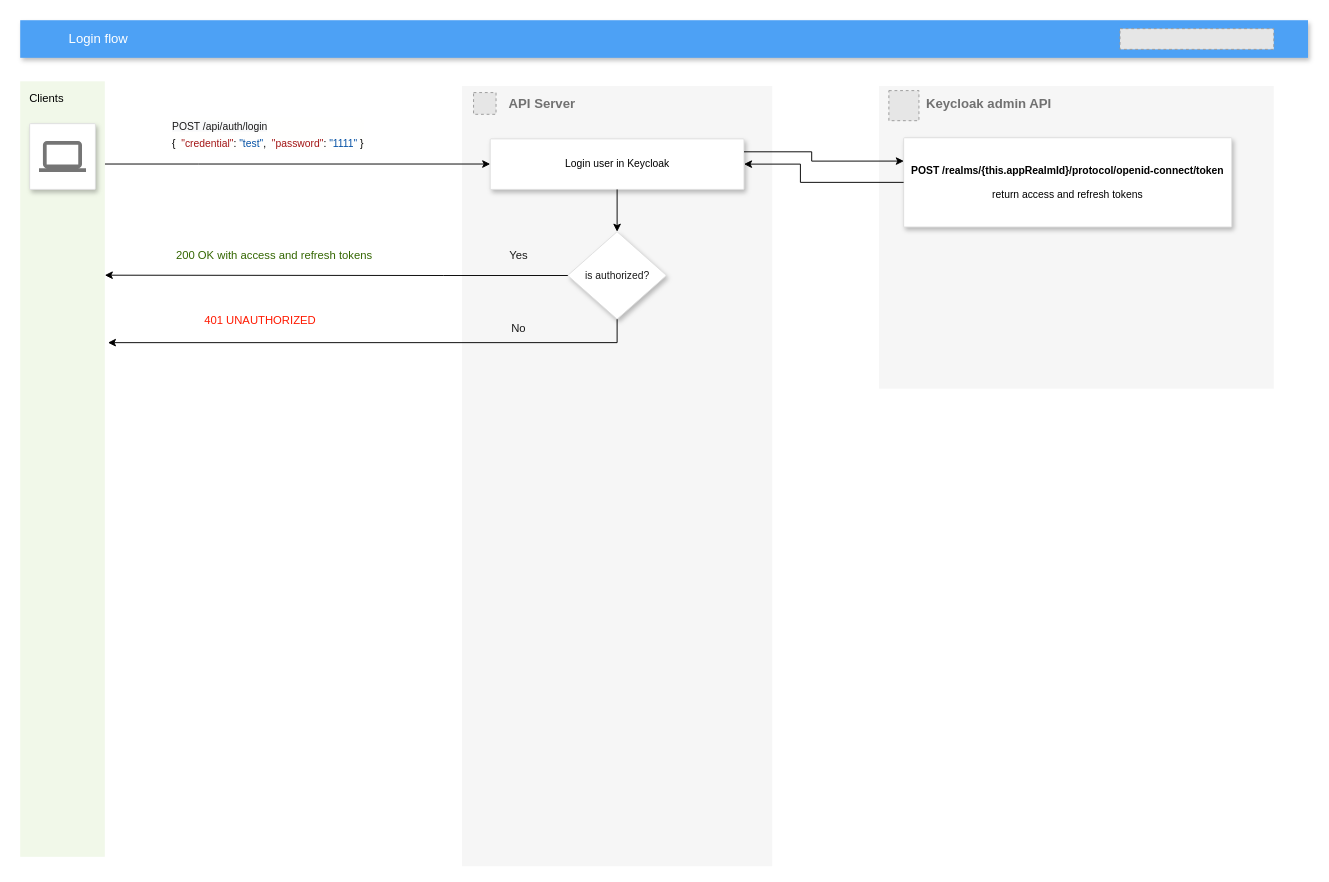
The draw.io diagram diagrams/login-flow.drawio in koldunb/draw-io, before the edit. Source tidied: cells renumbered, new cells numbered last; positions are measured from the earlier drawing's top-left corner, leaving out a move shared by most shapes. Both pictures are drawn from the tidied source at 94%, with x=0, y=0 at pixel (20, 20). Pictures stored in the file or linked from it are replaced by grey dashed boxes.
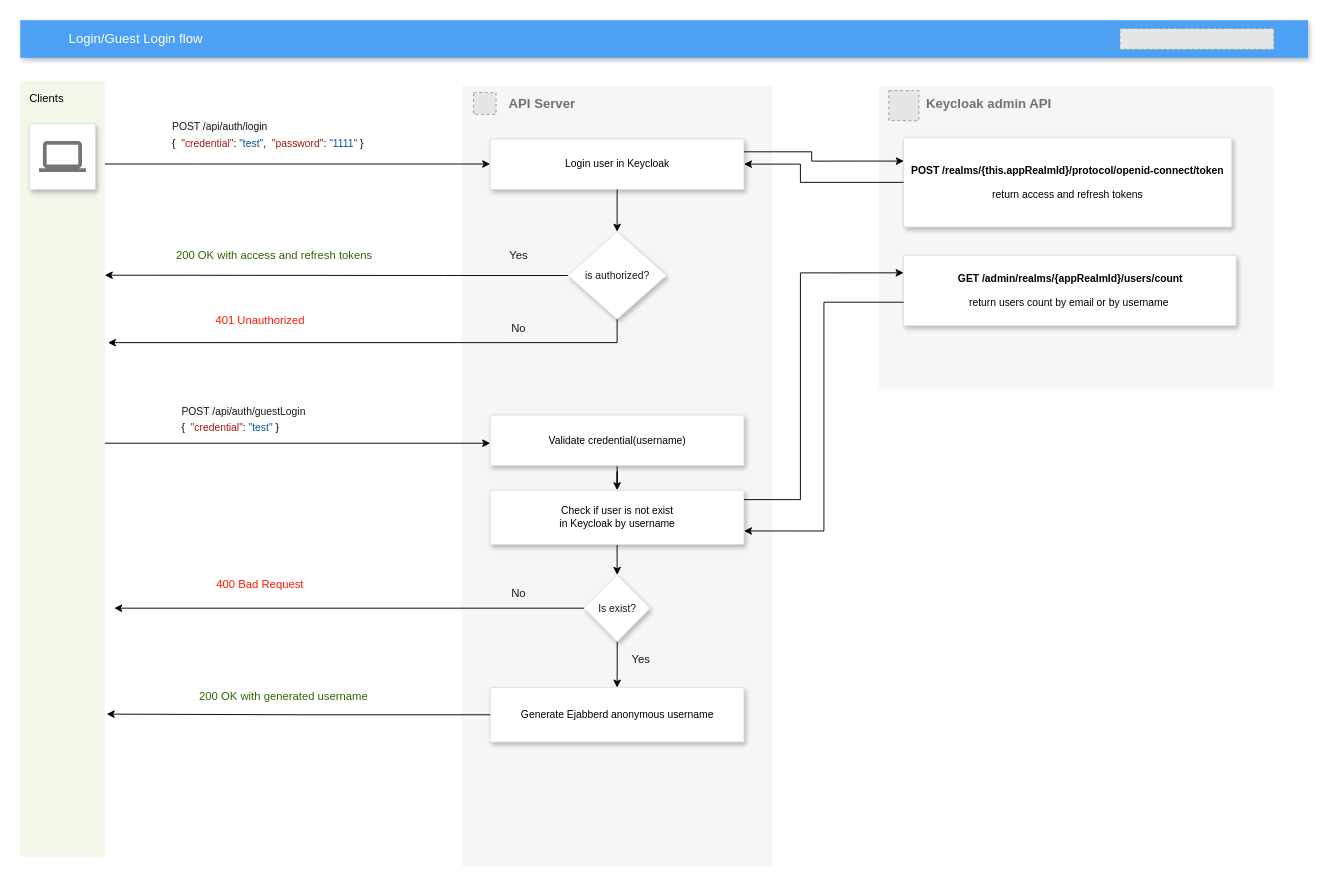
The same diagram, later.

Unchanged cells that the change refers to:
```xml
<mxCell id="2" value="&lt;b&gt;API Server&amp;nbsp;&lt;/b&gt;" style="fillColor=#F6F6F6;strokeColor=none;shadow=0;gradientColor=none;fontSize=14;align=left;spacing=10;fontColor=#717171;9E9E9E;verticalAlign=top;spacingTop=-4;fontStyle=0;spacingLeft=40;html=1;" parent="1" vertex="1">
  <mxGeometry x="470" y="70" width="330" height="830" as="geometry" />
</mxCell>
<mxCell id="10" value="&lt;font color=&quot;#000000&quot;&gt;Clients&lt;/font&gt;" style="rounded=1;absoluteArcSize=1;arcSize=0;html=1;strokeColor=none;gradientColor=none;shadow=0;dashed=0;fontSize=12;fontColor=#9E9E9E;align=left;verticalAlign=top;spacing=10;spacingTop=-4;fillColor=#F1F8E9;" parent="1" vertex="1">
  <mxGeometry y="65" width="90" height="825" as="geometry" />
</mxCell>
<mxCell id="14" value="&lt;b&gt;Keycloak admin API&lt;/b&gt;" style="fillColor=#F6F6F6;strokeColor=none;shadow=0;gradientColor=none;fontSize=14;align=left;spacing=10;fontColor=#717171;9E9E9E;verticalAlign=top;spacingTop=-4;fontStyle=0;spacingLeft=40;html=1;" parent="1" vertex="1">
  <mxGeometry x="913.6" y="70" width="420" height="322" as="geometry" />
</mxCell>
```

Change to the diagram source:
```diff
@@
+    <mxCell id="25" style="edgeStyle=orthogonalEdgeStyle;rounded=0;jettySize=auto;html=1;fontColor=#FF1900;" parent="2" edge="1" source="26" target="28">
+      <mxGeometry relative="1" as="geometry" />
+    </mxCell>
+    <mxCell id="26" value="&lt;font color=&quot;#000000&quot;&gt;Validate credential(username)&lt;/font&gt;" style="strokeColor=#dddddd;fillColor=#ffffff;shadow=1;strokeWidth=1;rounded=1;absoluteArcSize=1;arcSize=2;fontSize=11;fontColor=#9E9E9E;align=center;html=1;" parent="2" vertex="1">
+      <mxGeometry x="30" y="350" width="270" height="53.8" as="geometry" />
+    </mxCell>
+    <mxCell id="27" style="edgeStyle=orthogonalEdgeStyle;rounded=0;jettySize=auto;html=1;fontColor=#FF1900;" parent="2" edge="1" source="28" target="30">
+      <mxGeometry relative="1" as="geometry" />
+    </mxCell>
+    <mxCell id="28" value="&lt;font color=&quot;#000000&quot;&gt;Check if user is not exist &lt;br&gt;in Keycloak by username&lt;/font&gt;" style="strokeColor=#dddddd;fillColor=#ffffff;shadow=1;strokeWidth=1;rounded=1;absoluteArcSize=1;arcSize=2;fontSize=11;fontColor=#9E9E9E;align=center;html=1;" parent="2" vertex="1">
+      <mxGeometry x="30" y="430" width="270" height="57.8" as="geometry" />
+    </mxCell>
+    <mxCell id="29" style="edgeStyle=orthogonalEdgeStyle;rounded=0;jettySize=auto;html=1;fontColor=#FF1900;" parent="2" edge="1" source="30" target="32">
+      <mxGeometry relative="1" as="geometry" />
+    </mxCell>
+    <mxCell id="30" value="&lt;font color=&quot;#1a1a1a&quot;&gt;Is exist?&lt;/font&gt;" style="rhombus;whiteSpace=wrap;html=1;fontSize=11;fillColor=#ffffff;strokeColor=#dddddd;fontColor=#9E9E9E;shadow=1;strokeWidth=1;rounded=1;arcSize=2;" parent="2" vertex="1">
+      <mxGeometry x="129.8" y="520" width="70.5" height="71" as="geometry" />
+    </mxCell>
+    <mxCell id="31" value="No" style="text;html=1;align=center;verticalAlign=middle;fillColor=none;strokeColor=none;rounded=0;fontColor=#1A1A1A;" parent="2" vertex="1">
+      <mxGeometry x="45" y="530" width="30" height="20" as="geometry" />
+    </mxCell>
+    <mxCell id="32" value="&lt;font color=&quot;#000000&quot;&gt;Generate Ejabberd anonymous username&lt;/font&gt;" style="strokeColor=#dddddd;fillColor=#ffffff;shadow=1;strokeWidth=1;rounded=1;absoluteArcSize=1;arcSize=2;fontSize=11;fontColor=#9E9E9E;align=center;html=1;" parent="2" vertex="1">
+      <mxGeometry x="30" y="640" width="270" height="57.8" as="geometry" />
+    </mxCell>
+    <mxCell id="33" value="Yes" style="text;html=1;align=center;verticalAlign=middle;fillColor=none;strokeColor=none;rounded=0;fontColor=#1A1A1A;" parent="2" vertex="1">
+      <mxGeometry x="170" y="600" width="40" height="20" as="geometry" />
+    </mxCell>
@@
+    <mxCell id="34" style="edgeStyle=orthogonalEdgeStyle;rounded=0;jettySize=auto;html=1;fontColor=#FF1900;" parent="1" edge="1" source="10" target="26">
+      <mxGeometry relative="1" as="geometry">
+        <Array as="points">
+          <mxPoint x="390" y="450" />
+          <mxPoint x="390" y="450" />
+        </Array>
+      </mxGeometry>
+    </mxCell>
@@
-    <mxCell id="11" value="Login flow" style="fillColor=#4DA1F5;strokeColor=none;shadow=1;gradientColor=none;fontSize=14;align=left;spacingLeft=50;fontColor=#ffffff;html=1;" parent="1" vertex="1">
+    <mxCell id="11" value="Login/Guest Login flow" style="fillColor=#4DA1F5;strokeColor=none;shadow=1;gradientColor=none;fontSize=14;align=left;spacingLeft=50;fontColor=#ffffff;html=1;" parent="1" vertex="1">
       <mxGeometry width="1370" height="40" as="geometry" />
     </mxCell>
@@
+    <mxCell id="35" value="&lt;font color=&quot;#000000&quot;&gt;&lt;b&gt;GET /admin/realms/{appRealmId}/users/count&lt;br&gt;&lt;/b&gt;&lt;br&gt;return users count by email or by username&amp;nbsp;&lt;br&gt;&lt;/font&gt;" style="strokeColor=#dddddd;fillColor=#ffffff;shadow=1;strokeWidth=1;rounded=1;absoluteArcSize=1;arcSize=2;fontSize=11;fontColor=#9E9E9E;align=center;html=1;" parent="14" vertex="1">
+      <mxGeometry x="26.2" y="180" width="353.8" height="75" as="geometry" />
+    </mxCell>
@@
-    <mxCell id="24" value="&lt;font color=&quot;#ff1900&quot;&gt;401 UNAUTHORIZED&lt;/font&gt;" style="text;html=1;align=center;verticalAlign=middle;fillColor=default;fontColor=#336600;" parent="1" vertex="1">
-      <mxGeometry x="190" y="310" width="130" height="20" as="geometry" />
+    <mxCell id="24" value="&lt;font color=&quot;#ff1900&quot;&gt;401 Unauthorized&lt;/font&gt;" style="text;html=1;align=center;verticalAlign=middle;fillColor=default;fontColor=#336600;" parent="1" vertex="1">
+      <mxGeometry x="200" y="310" width="110" height="20" as="geometry" />
     </mxCell>
+    <mxCell id="36" value="&lt;div style=&quot;background-color: rgb(255, 255, 254); line-height: 18px;&quot;&gt;&lt;div style=&quot;&quot;&gt;&lt;span style=&quot;font-size: 11px; text-align: center; background-color: rgb(248, 249, 250);&quot;&gt;&lt;font color=&quot;#1a1a1a&quot; style=&quot;font-size: 11px&quot;&gt;POST /api/auth/&lt;/font&gt;&lt;/span&gt;&lt;font color=&quot;#1a1a1a&quot;&gt;guestLogin&lt;/font&gt;&lt;br style=&quot;font-size: 11px&quot;&gt;&lt;/div&gt;&lt;div style=&quot;font-size: 11px; color: rgb(0, 0, 0);&quot;&gt;{&lt;span style=&quot;color: rgb(163 , 21 , 21) ; font-size: 11px&quot;&gt;&amp;nbsp; &quot;credential&quot;&lt;/span&gt;: &lt;span style=&quot;color: rgb(4 , 81 , 165) ; font-size: 11px&quot;&gt;&quot;test&quot;&lt;/span&gt;&lt;span style=&quot;color: rgb(4 , 81 , 165) ; font-size: 11px&quot;&gt;&amp;nbsp;&lt;/span&gt;}&lt;/div&gt;&lt;/div&gt;" style="text;html=1;align=left;verticalAlign=middle;fontSize=11;" parent="1" vertex="1">
+      <mxGeometry x="170" y="404" width="150" height="40" as="geometry" />
+    </mxCell>
+    <mxCell id="37" style="edgeStyle=orthogonalEdgeStyle;rounded=0;jettySize=auto;html=1;entryX=0;entryY=0.25;entryDx=0;entryDy=0;fontColor=#FF1900;" parent="1" edge="1" source="28" target="35">
+      <mxGeometry relative="1" as="geometry">
+        <Array as="points">
+          <mxPoint x="830" y="510" />
+          <mxPoint x="830" y="269" />
+        </Array>
+      </mxGeometry>
+    </mxCell>
+    <mxCell id="38" style="edgeStyle=orthogonalEdgeStyle;rounded=0;jettySize=auto;html=1;entryX=1;entryY=0.75;entryDx=0;entryDy=0;fontColor=#FF1900;" parent="1" edge="1" source="35" target="28">
+      <mxGeometry relative="1" as="geometry">
+        <Array as="points">
+          <mxPoint x="855" y="300" />
+          <mxPoint x="855" y="543" />
+        </Array>
+      </mxGeometry>
+    </mxCell>
+    <mxCell id="39" style="edgeStyle=orthogonalEdgeStyle;rounded=0;jettySize=auto;html=1;fontColor=#FF1900;" parent="1" edge="1" source="30">
+      <mxGeometry relative="1" as="geometry">
+        <mxPoint x="100" y="625.5" as="targetPoint" />
+      </mxGeometry>
+    </mxCell>
+    <mxCell id="40" value="400 Bad Request" style="text;html=1;align=center;verticalAlign=middle;fillColor=default;fontColor=#FF1900;" parent="1" vertex="1">
+      <mxGeometry x="200" y="590" width="110" height="20" as="geometry" />
+    </mxCell>
+    <mxCell id="41" style="edgeStyle=orthogonalEdgeStyle;rounded=0;jettySize=auto;html=1;entryX=1.022;entryY=0.816;entryDx=0;entryDy=0;entryPerimeter=0;fontColor=#FF1900;" parent="1" edge="1" source="32" target="10">
+      <mxGeometry relative="1" as="geometry" />
+    </mxCell>
+    <mxCell id="42" value="200 OK with generated username" style="text;html=1;align=center;verticalAlign=middle;fillColor=default;fontColor=#336600;" parent="1" vertex="1">
+      <mxGeometry x="185" y="710" width="190" height="20" as="geometry" />
+    </mxCell>
```
